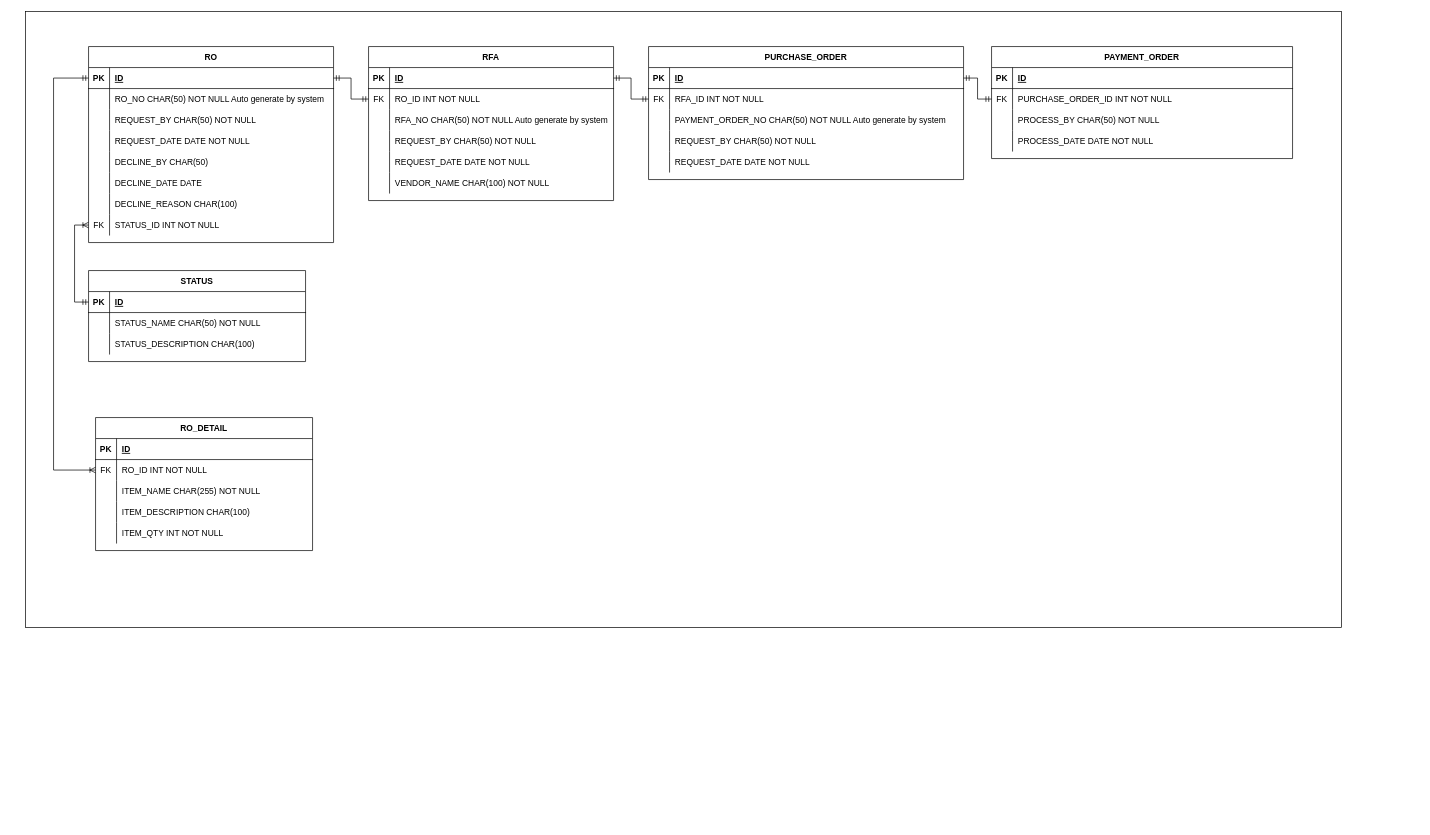
Above: Glovis-DB-Design.drawio in johanjah/rfa-db-design (draw.io), before the change. Source tidied: cells renumbered, new cells numbered last; positions are measured from the earlier drawing's top-left corner, leaving out a move shared by most shapes. Both pictures are drawn from the tidied source at 70%, with x=0, y=0 at pixel (25, 11).
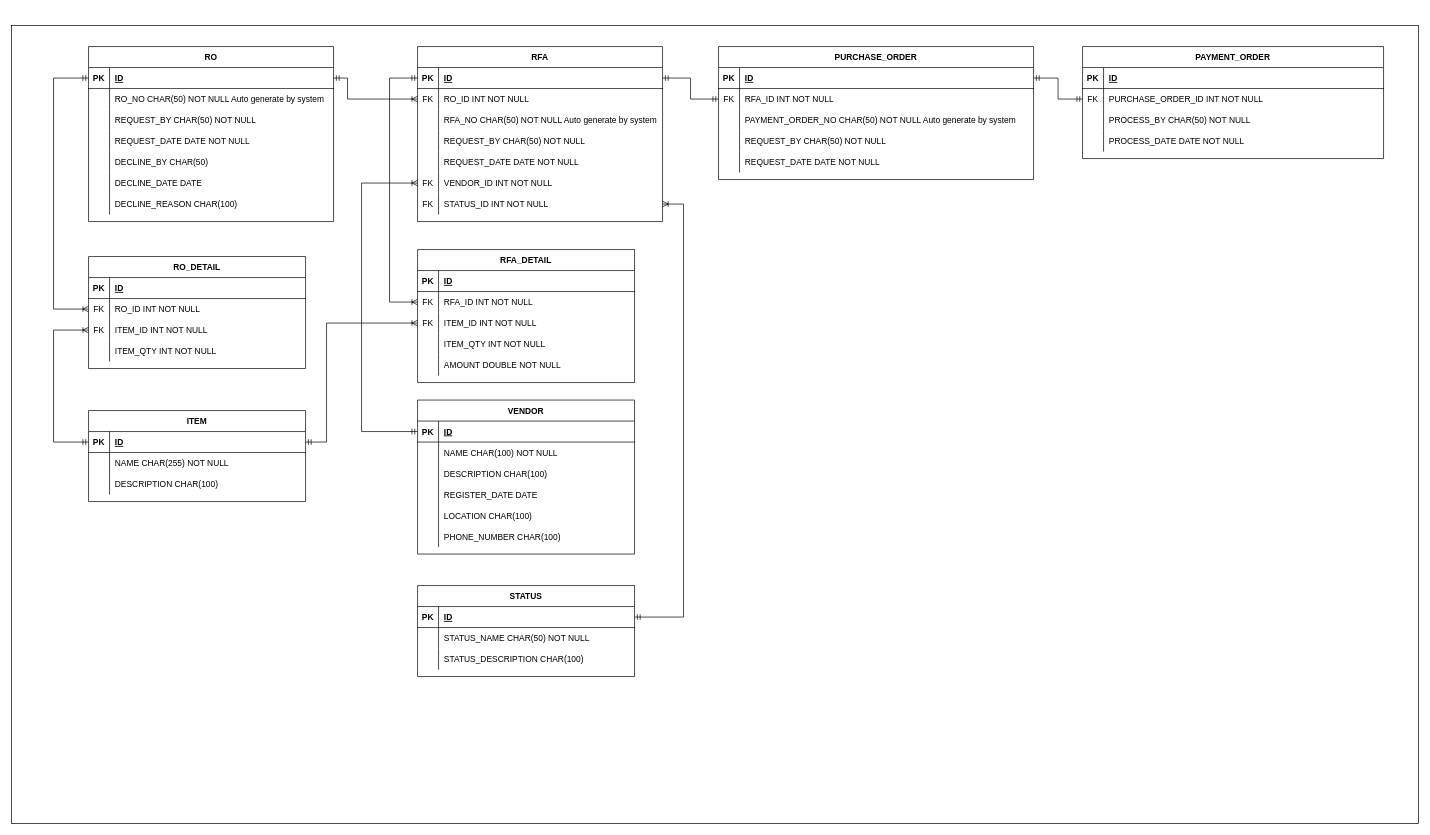
The same page after the edit.

The change refers to these unchanged cells:
```xml
<mxCell id="4" style="shape=tableRow;horizontal=0;startSize=0;swimlaneHead=0;swimlaneBody=0;fillColor=none;points=[[0,0.5],[1,0.5]];portConstraint=eastwest;top=0;left=0;right=0;bottom=1;" parent="3" vertex="1">
  <mxGeometry y="30" width="350" height="30" as="geometry" />
</mxCell>
<mxCell id="78" style="shape=tableRow;horizontal=0;startSize=0;swimlaneHead=0;swimlaneBody=0;fillColor=none;points=[[0,0.5],[1,0.5]];portConstraint=eastwest;top=0;left=0;right=0;bottom=1;" parent="77" vertex="1">
  <mxGeometry y="30" width="350" height="30" as="geometry" />
</mxCell>
<mxCell id="81" style="shape=tableRow;horizontal=0;startSize=0;swimlaneHead=0;swimlaneBody=0;fillColor=none;points=[[0,0.5],[1,0.5]];portConstraint=eastwest;top=0;left=0;right=0;bottom=0;" parent="77" vertex="1">
  <mxGeometry y="60" width="350" height="30" as="geometry" />
</mxCell>
<mxCell id="93" style="shape=tableRow;horizontal=0;startSize=0;swimlaneHead=0;swimlaneBody=0;fillColor=none;points=[[0,0.5],[1,0.5]];portConstraint=eastwest;top=0;left=0;right=0;bottom=0;" parent="77" vertex="1">
  <mxGeometry y="180" width="350" height="30" as="geometry" />
</mxCell>
<mxCell id="97" style="shape=tableRow;horizontal=0;startSize=0;swimlaneHead=0;swimlaneBody=0;fillColor=none;points=[[0,0.5],[1,0.5]];portConstraint=eastwest;top=0;left=0;right=0;bottom=1;" parent="96" vertex="1">
  <mxGeometry y="30" width="310" height="30" as="geometry" />
</mxCell>
```

Diff of the diagram source:
```diff
@@
     <mxCell id="2" style="rounded=0;whiteSpace=wrap;html=1;" parent="1" vertex="1">
-      <mxGeometry width="1880" height="880" as="geometry" />
+      <mxGeometry x="-20" y="20" width="2010" height="1140" as="geometry" />
     </mxCell>
     <mxCell id="3" value="RO" style="shape=table;startSize=30;childLayout=tableLayout;rowLines=0;fontStyle=1;align=center;" parent="1" vertex="1">
-      <mxGeometry x="90" y="50" width="350" height="280" as="geometry" />
+      <mxGeometry x="90" y="50" width="350" height="250" as="geometry" />
     </mxCell>
@@
-    <mxCell id="25" style="shape=tableRow;horizontal=0;startSize=0;swimlaneHead=0;swimlaneBody=0;fillColor=none;points=[[0,0.5],[1,0.5]];portConstraint=eastwest;top=0;left=0;right=0;bottom=0;" parent="3" vertex="1">
-      <mxGeometry y="240" width="350" height="30" as="geometry" />
-    </mxCell>
-    <mxCell id="26" value="FK" style="shape=partialRectangle;fillColor=none;top=0;left=0;bottom=0;right=0;overflow=hidden;" parent="25" vertex="1">
-      <mxGeometry width="30" height="30" as="geometry" />
-    </mxCell>
-    <mxCell id="27" value="STATUS_ID INT NOT NULL" style="shape=partialRectangle;fillColor=none;top=0;left=0;bottom=0;right=0;align=left;spacingLeft=6;overflow=hidden;" parent="25" vertex="1">
-      <mxGeometry x="30" width="320" height="30" as="geometry" />
-    </mxCell>
     <mxCell id="28" value="RO_DETAIL" style="shape=table;startSize=30;childLayout=tableLayout;rowLines=0;fontStyle=1;align=center;" parent="1" vertex="1">
-      <mxGeometry x="100" y="580" width="310" height="190" as="geometry" />
+      <mxGeometry x="90" y="350" width="310" height="160" as="geometry" />
     </mxCell>
@@
-    <mxCell id="35" style="shape=tableRow;horizontal=0;startSize=0;swimlaneHead=0;swimlaneBody=0;fillColor=none;top=0;left=0;right=0;bottom=0;" parent="28" vertex="1">
-      <mxGeometry y="90" width="310" height="30" as="geometry" />
-    </mxCell>
-    <mxCell id="36" style="shape=partialRectangle;fillColor=none;top=0;left=0;bottom=0;right=0;overflow=hidden;" parent="35" vertex="1">
-      <mxGeometry width="30" height="30" as="geometry" />
-    </mxCell>
-    <mxCell id="37" value="ITEM_NAME CHAR(255) NOT NULL" style="shape=partialRectangle;fillColor=none;top=0;left=0;bottom=0;right=0;align=left;spacingLeft=6;overflow=hidden;" parent="35" vertex="1">
-      <mxGeometry x="30" width="280" height="30" as="geometry" />
-    </mxCell>
     <mxCell id="38" style="shape=tableRow;horizontal=0;startSize=0;swimlaneHead=0;swimlaneBody=0;fillColor=none;points=[[0,0.5],[1,0.5]];portConstraint=eastwest;top=0;left=0;right=0;bottom=0;" parent="28" vertex="1">
-      <mxGeometry y="120" width="310" height="30" as="geometry" />
+      <mxGeometry y="90" width="310" height="30" as="geometry" />
     </mxCell>
-    <mxCell id="39" style="shape=partialRectangle;fillColor=none;top=0;left=0;bottom=0;right=0;overflow=hidden;" parent="38" vertex="1">
+    <mxCell id="39" value="FK" style="shape=partialRectangle;fillColor=none;top=0;left=0;bottom=0;right=0;overflow=hidden;" parent="38" vertex="1">
       <mxGeometry width="30" height="30" as="geometry" />
     </mxCell>
-    <mxCell id="40" value="ITEM_DESCRIPTION CHAR(100)" style="shape=partialRectangle;fillColor=none;top=0;left=0;bottom=0;right=0;align=left;spacingLeft=6;overflow=hidden;" parent="38" vertex="1">
+    <mxCell id="40" value="ITEM_ID INT NOT NULL" style="shape=partialRectangle;fillColor=none;top=0;left=0;bottom=0;right=0;align=left;spacingLeft=6;overflow=hidden;" parent="38" vertex="1">
       <mxGeometry x="30" width="280" height="30" as="geometry" />
     </mxCell>
     <mxCell id="41" style="shape=tableRow;horizontal=0;startSize=0;swimlaneHead=0;swimlaneBody=0;fillColor=none;top=0;left=0;right=0;bottom=0;" parent="28" vertex="1">
-      <mxGeometry y="150" width="310" height="30" as="geometry" />
+      <mxGeometry y="120" width="310" height="30" as="geometry" />
     </mxCell>
@@
-    <mxCell id="45" style="edgeStyle=elbowEdgeStyle;fontSize=12;html=1;endArrow=ERmandOne;startArrow=ERmandOne;rounded=0;" parent="1" edge="1" source="4" target="81">
-      <mxGeometry relative="1" as="geometry" />
-    </mxCell>
     <mxCell id="46" value="PURCHASE_ORDER" style="shape=table;startSize=30;childLayout=tableLayout;rowLines=0;fontStyle=1;align=center;" parent="1" vertex="1">
-      <mxGeometry x="890" y="50" width="450" height="190" as="geometry" />
+      <mxGeometry x="990" y="50" width="450" height="190" as="geometry" />
     </mxCell>
@@
     <mxCell id="63" value="PAYMENT_ORDER" style="shape=table;startSize=30;childLayout=tableLayout;rowLines=0;fontStyle=1;align=center;" parent="1" vertex="1">
-      <mxGeometry x="1380" y="50" width="430" height="160" as="geometry" />
+      <mxGeometry x="1510" y="50" width="430" height="160" as="geometry" />
     </mxCell>
@@
     <mxCell id="77" value="RFA" style="shape=table;startSize=30;childLayout=tableLayout;rowLines=0;fontStyle=1;align=center;" parent="1" vertex="1">
-      <mxGeometry x="490" y="50" width="350" height="220" as="geometry" />
+      <mxGeometry x="560" y="50" width="350" height="250" as="geometry" />
     </mxCell>
@@
-    <mxCell id="94" style="shape=partialRectangle;fillColor=none;top=0;left=0;bottom=0;right=0;overflow=hidden;" parent="93" vertex="1">
+    <mxCell id="94" value="FK" style="shape=partialRectangle;fillColor=none;top=0;left=0;bottom=0;right=0;overflow=hidden;" parent="93" vertex="1">
       <mxGeometry width="30" height="30" as="geometry" />
     </mxCell>
-    <mxCell id="95" value="VENDOR_NAME CHAR(100) NOT NULL" style="shape=partialRectangle;fillColor=none;top=0;left=0;bottom=0;right=0;align=left;spacingLeft=6;overflow=hidden;" parent="93" vertex="1">
+    <mxCell id="95" value="VENDOR_ID INT NOT NULL" style="shape=partialRectangle;fillColor=none;top=0;left=0;bottom=0;right=0;align=left;spacingLeft=6;overflow=hidden;" parent="93" vertex="1">
       <mxGeometry x="30" width="320" height="30" as="geometry" />
     </mxCell>
+    <mxCell id="107" style="shape=tableRow;horizontal=0;startSize=0;swimlaneHead=0;swimlaneBody=0;fillColor=none;points=[[0,0.5],[1,0.5]];portConstraint=eastwest;top=0;left=0;right=0;bottom=0;" parent="77" vertex="1">
+      <mxGeometry y="210" width="350" height="30" as="geometry" />
+    </mxCell>
+    <mxCell id="108" value="FK" style="shape=partialRectangle;fillColor=none;top=0;left=0;bottom=0;right=0;overflow=hidden;" parent="107" vertex="1">
+      <mxGeometry width="30" height="30" as="geometry" />
+    </mxCell>
+    <mxCell id="27" value="STATUS_ID INT NOT NULL" style="shape=partialRectangle;fillColor=none;top=0;left=0;bottom=0;right=0;align=left;spacingLeft=6;overflow=hidden;" parent="107" vertex="1">
+      <mxGeometry x="30" width="320" height="30" as="geometry" />
+    </mxCell>
     <mxCell id="96" value="STATUS" style="shape=table;startSize=30;childLayout=tableLayout;rowLines=0;fontStyle=1;align=center;" parent="1" vertex="1">
-      <mxGeometry x="90" y="370" width="310" height="130" as="geometry" />
+      <mxGeometry x="560" y="820" width="310" height="130" as="geometry" />
     </mxCell>
@@
-    <mxCell id="106" style="edgeStyle=elbowEdgeStyle;fontSize=12;html=1;endArrow=ERoneToMany;startArrow=ERmandOne;rounded=0;" parent="1" edge="1" source="97" target="25">
+    <mxCell id="106" style="edgeStyle=elbowEdgeStyle;fontSize=12;html=1;endArrow=ERoneToMany;startArrow=ERmandOne;rounded=0;" parent="1" edge="1" source="97" target="107">
       <mxGeometry relative="1" as="geometry">
         <Array as="points">
-          <mxPoint x="70" y="360" />
-          <mxPoint x="50" y="270" />
+          <mxPoint x="940" y="560" />
+          <mxPoint x="120" y="270" />
         </Array>
       </mxGeometry>
     </mxCell>
+    <mxCell id="45" style="edgeStyle=elbowEdgeStyle;fontSize=12;html=1;endArrow=ERoneToMany;startArrow=ERmandOne;rounded=0;" parent="1" edge="1" source="4" target="81">
+      <mxGeometry relative="1" as="geometry">
+        <Array as="points">
+          <mxPoint x="460" y="125" />
+          <mxPoint x="520" y="305" />
+        </Array>
+      </mxGeometry>
+    </mxCell>
+    <mxCell id="109" value="RFA_DETAIL" style="shape=table;startSize=30;childLayout=tableLayout;rowLines=0;fontStyle=1;align=center;" parent="1" vertex="1">
+      <mxGeometry x="560" y="340" width="310" height="190" as="geometry" />
+    </mxCell>
+    <mxCell id="110" style="shape=tableRow;horizontal=0;startSize=0;swimlaneHead=0;swimlaneBody=0;fillColor=none;top=0;left=0;right=0;bottom=1;" parent="109" vertex="1">
+      <mxGeometry y="30" width="310" height="30" as="geometry" />
+    </mxCell>
+    <mxCell id="111" value="PK" style="shape=partialRectangle;fillColor=none;top=0;left=0;bottom=0;right=0;fontStyle=1;overflow=hidden;" parent="110" vertex="1">
+      <mxGeometry width="30" height="30" as="geometry" />
+    </mxCell>
+    <mxCell id="112" value="ID" style="shape=partialRectangle;fillColor=none;top=0;left=0;bottom=0;right=0;align=left;spacingLeft=6;fontStyle=5;overflow=hidden;" parent="110" vertex="1">
+      <mxGeometry x="30" width="280" height="30" as="geometry" />
+    </mxCell>
+    <mxCell id="113" style="shape=tableRow;horizontal=0;startSize=0;swimlaneHead=0;swimlaneBody=0;fillColor=none;points=[[0,0.5],[1,0.5]];portConstraint=eastwest;top=0;left=0;right=0;bottom=0;" parent="109" vertex="1">
+      <mxGeometry y="60" width="310" height="30" as="geometry" />
+    </mxCell>
+    <mxCell id="114" value="FK" style="shape=partialRectangle;fillColor=none;top=0;left=0;bottom=0;right=0;overflow=hidden;" parent="113" vertex="1">
+      <mxGeometry width="30" height="30" as="geometry" />
+    </mxCell>
+    <mxCell id="115" value="RFA_ID INT NOT NULL" style="shape=partialRectangle;fillColor=none;top=0;left=0;bottom=0;right=0;align=left;spacingLeft=6;overflow=hidden;" parent="113" vertex="1">
+      <mxGeometry x="30" width="280" height="30" as="geometry" />
+    </mxCell>
+    <mxCell id="116" style="shape=tableRow;horizontal=0;startSize=0;swimlaneHead=0;swimlaneBody=0;fillColor=none;points=[[0,0.5],[1,0.5]];portConstraint=eastwest;top=0;left=0;right=0;bottom=0;" parent="109" vertex="1">
+      <mxGeometry y="90" width="310" height="30" as="geometry" />
+    </mxCell>
+    <mxCell id="117" value="FK" style="shape=partialRectangle;fillColor=none;top=0;left=0;bottom=0;right=0;overflow=hidden;" parent="116" vertex="1">
+      <mxGeometry width="30" height="30" as="geometry" />
+    </mxCell>
+    <mxCell id="118" value="ITEM_ID INT NOT NULL" style="shape=partialRectangle;fillColor=none;top=0;left=0;bottom=0;right=0;align=left;spacingLeft=6;overflow=hidden;" parent="116" vertex="1">
+      <mxGeometry x="30" width="280" height="30" as="geometry" />
+    </mxCell>
+    <mxCell id="119" style="shape=tableRow;horizontal=0;startSize=0;swimlaneHead=0;swimlaneBody=0;fillColor=none;top=0;left=0;right=0;bottom=0;" parent="109" vertex="1">
+      <mxGeometry y="120" width="310" height="30" as="geometry" />
+    </mxCell>
+    <mxCell id="120" style="shape=partialRectangle;fillColor=none;top=0;left=0;bottom=0;right=0;overflow=hidden;" parent="119" vertex="1">
+      <mxGeometry width="30" height="30" as="geometry" />
+    </mxCell>
+    <mxCell id="121" value="ITEM_QTY INT NOT NULL" style="shape=partialRectangle;fillColor=none;top=0;left=0;bottom=0;right=0;align=left;spacingLeft=6;overflow=hidden;" parent="119" vertex="1">
+      <mxGeometry x="30" width="280" height="30" as="geometry" />
+    </mxCell>
+    <mxCell id="122" style="shape=tableRow;horizontal=0;startSize=0;swimlaneHead=0;swimlaneBody=0;fillColor=none;top=0;left=0;right=0;bottom=0;" parent="109" vertex="1">
+      <mxGeometry y="150" width="310" height="30" as="geometry" />
+    </mxCell>
+    <mxCell id="123" style="shape=partialRectangle;fillColor=none;top=0;left=0;bottom=0;right=0;overflow=hidden;" parent="122" vertex="1">
+      <mxGeometry width="30" height="30" as="geometry" />
+    </mxCell>
+    <mxCell id="124" value="AMOUNT DOUBLE NOT NULL" style="shape=partialRectangle;fillColor=none;top=0;left=0;bottom=0;right=0;align=left;spacingLeft=6;overflow=hidden;" parent="122" vertex="1">
+      <mxGeometry x="30" width="280" height="30" as="geometry" />
+    </mxCell>
+    <mxCell id="125" value="ITEM" style="shape=table;startSize=30;childLayout=tableLayout;rowLines=0;fontStyle=1;align=center;" parent="1" vertex="1">
+      <mxGeometry x="90" y="570" width="310" height="130" as="geometry" />
+    </mxCell>
+    <mxCell id="126" style="shape=tableRow;horizontal=0;startSize=0;swimlaneHead=0;swimlaneBody=0;fillColor=none;points=[[0,0.5],[1,0.5]];portConstraint=eastwest;top=0;left=0;right=0;bottom=1;" parent="125" vertex="1">
+      <mxGeometry y="30" width="310" height="30" as="geometry" />
+    </mxCell>
+    <mxCell id="127" value="PK" style="shape=partialRectangle;fillColor=none;top=0;left=0;bottom=0;right=0;fontStyle=1;overflow=hidden;" parent="126" vertex="1">
+      <mxGeometry width="30" height="30" as="geometry" />
+    </mxCell>
+    <mxCell id="128" value="ID" style="shape=partialRectangle;fillColor=none;top=0;left=0;bottom=0;right=0;align=left;spacingLeft=6;fontStyle=5;overflow=hidden;" parent="126" vertex="1">
+      <mxGeometry x="30" width="280" height="30" as="geometry" />
+    </mxCell>
+    <mxCell id="129" style="shape=tableRow;horizontal=0;startSize=0;swimlaneHead=0;swimlaneBody=0;fillColor=none;top=0;left=0;right=0;bottom=0;" parent="125" vertex="1">
+      <mxGeometry y="60" width="310" height="30" as="geometry" />
+    </mxCell>
+    <mxCell id="130" style="shape=partialRectangle;fillColor=none;top=0;left=0;bottom=0;right=0;overflow=hidden;" parent="129" vertex="1">
+      <mxGeometry width="30" height="30" as="geometry" />
+    </mxCell>
+    <mxCell id="131" value="NAME CHAR(255) NOT NULL" style="shape=partialRectangle;fillColor=none;top=0;left=0;bottom=0;right=0;align=left;spacingLeft=6;overflow=hidden;" parent="129" vertex="1">
+      <mxGeometry x="30" width="280" height="30" as="geometry" />
+    </mxCell>
+    <mxCell id="132" style="shape=tableRow;horizontal=0;startSize=0;swimlaneHead=0;swimlaneBody=0;fillColor=none;top=0;left=0;right=0;bottom=0;" parent="125" vertex="1">
+      <mxGeometry y="90" width="310" height="30" as="geometry" />
+    </mxCell>
+    <mxCell id="133" style="shape=partialRectangle;fillColor=none;top=0;left=0;bottom=0;right=0;overflow=hidden;" parent="132" vertex="1">
+      <mxGeometry width="30" height="30" as="geometry" />
+    </mxCell>
+    <mxCell id="134" value="DESCRIPTION CHAR(100)" style="shape=partialRectangle;fillColor=none;top=0;left=0;bottom=0;right=0;align=left;spacingLeft=6;overflow=hidden;" parent="132" vertex="1">
+      <mxGeometry x="30" width="280" height="30" as="geometry" />
+    </mxCell>
+    <mxCell id="135" value="VENDOR" style="shape=table;startSize=30;childLayout=tableLayout;rowLines=0;fontStyle=1;align=center;" parent="1" vertex="1">
+      <mxGeometry x="560" y="555" width="310" height="220" as="geometry" />
+    </mxCell>
+    <mxCell id="136" style="shape=tableRow;horizontal=0;startSize=0;swimlaneHead=0;swimlaneBody=0;fillColor=none;points=[[0,0.5],[1,0.5]];portConstraint=eastwest;top=0;left=0;right=0;bottom=1;" parent="135" vertex="1">
+      <mxGeometry y="30" width="310" height="30" as="geometry" />
+    </mxCell>
+    <mxCell id="137" value="PK" style="shape=partialRectangle;fillColor=none;top=0;left=0;bottom=0;right=0;fontStyle=1;overflow=hidden;" parent="136" vertex="1">
+      <mxGeometry width="30" height="30" as="geometry" />
+    </mxCell>
+    <mxCell id="138" value="ID" style="shape=partialRectangle;fillColor=none;top=0;left=0;bottom=0;right=0;align=left;spacingLeft=6;fontStyle=5;overflow=hidden;" parent="136" vertex="1">
+      <mxGeometry x="30" width="280" height="30" as="geometry" />
+    </mxCell>
+    <mxCell id="139" style="shape=tableRow;horizontal=0;startSize=0;swimlaneHead=0;swimlaneBody=0;fillColor=none;top=0;left=0;right=0;bottom=0;" parent="135" vertex="1">
+      <mxGeometry y="60" width="310" height="30" as="geometry" />
+    </mxCell>
+    <mxCell id="140" style="shape=partialRectangle;fillColor=none;top=0;left=0;bottom=0;right=0;overflow=hidden;" parent="139" vertex="1">
+      <mxGeometry width="30" height="30" as="geometry" />
+    </mxCell>
+    <mxCell id="141" value="NAME CHAR(100) NOT NULL" style="shape=partialRectangle;fillColor=none;top=0;left=0;bottom=0;right=0;align=left;spacingLeft=6;overflow=hidden;" parent="139" vertex="1">
+      <mxGeometry x="30" width="280" height="30" as="geometry" />
+    </mxCell>
+    <mxCell id="142" style="shape=tableRow;horizontal=0;startSize=0;swimlaneHead=0;swimlaneBody=0;fillColor=none;top=0;left=0;right=0;bottom=0;" parent="135" vertex="1">
+      <mxGeometry y="90" width="310" height="30" as="geometry" />
+    </mxCell>
+    <mxCell id="143" style="shape=partialRectangle;fillColor=none;top=0;left=0;bottom=0;right=0;overflow=hidden;" parent="142" vertex="1">
+      <mxGeometry width="30" height="30" as="geometry" />
+    </mxCell>
+    <mxCell id="144" value="DESCRIPTION CHAR(100)" style="shape=partialRectangle;fillColor=none;top=0;left=0;bottom=0;right=0;align=left;spacingLeft=6;overflow=hidden;" parent="142" vertex="1">
+      <mxGeometry x="30" width="280" height="30" as="geometry" />
+    </mxCell>
+    <mxCell id="145" style="shape=tableRow;horizontal=0;startSize=0;swimlaneHead=0;swimlaneBody=0;fillColor=none;top=0;left=0;right=0;bottom=0;" parent="135" vertex="1">
+      <mxGeometry y="120" width="310" height="30" as="geometry" />
+    </mxCell>
+    <mxCell id="146" style="shape=partialRectangle;fillColor=none;top=0;left=0;bottom=0;right=0;overflow=hidden;" parent="145" vertex="1">
+      <mxGeometry width="30" height="30" as="geometry" />
+    </mxCell>
+    <mxCell id="147" value="REGISTER_DATE DATE" style="shape=partialRectangle;fillColor=none;top=0;left=0;bottom=0;right=0;align=left;spacingLeft=6;overflow=hidden;" parent="145" vertex="1">
+      <mxGeometry x="30" width="280" height="30" as="geometry" />
+    </mxCell>
+    <mxCell id="148" style="shape=tableRow;horizontal=0;startSize=0;swimlaneHead=0;swimlaneBody=0;fillColor=none;top=0;left=0;right=0;bottom=0;" parent="135" vertex="1">
+      <mxGeometry y="150" width="310" height="30" as="geometry" />
+    </mxCell>
+    <mxCell id="149" style="shape=partialRectangle;fillColor=none;top=0;left=0;bottom=0;right=0;overflow=hidden;" parent="148" vertex="1">
+      <mxGeometry width="30" height="30" as="geometry" />
+    </mxCell>
+    <mxCell id="150" value="LOCATION CHAR(100)" style="shape=partialRectangle;fillColor=none;top=0;left=0;bottom=0;right=0;align=left;spacingLeft=6;overflow=hidden;" parent="148" vertex="1">
+      <mxGeometry x="30" width="280" height="30" as="geometry" />
+    </mxCell>
+    <mxCell id="151" style="shape=tableRow;horizontal=0;startSize=0;swimlaneHead=0;swimlaneBody=0;fillColor=none;top=0;left=0;right=0;bottom=0;" parent="135" vertex="1">
+      <mxGeometry y="180" width="310" height="30" as="geometry" />
+    </mxCell>
+    <mxCell id="152" style="shape=partialRectangle;fillColor=none;top=0;left=0;bottom=0;right=0;overflow=hidden;" parent="151" vertex="1">
+      <mxGeometry width="30" height="30" as="geometry" />
+    </mxCell>
+    <mxCell id="153" value="PHONE_NUMBER CHAR(100)" style="shape=partialRectangle;fillColor=none;top=0;left=0;bottom=0;right=0;align=left;spacingLeft=6;overflow=hidden;" parent="151" vertex="1">
+      <mxGeometry x="30" width="280" height="30" as="geometry" />
+    </mxCell>
+    <mxCell id="154" style="edgeStyle=elbowEdgeStyle;fontSize=12;html=1;endArrow=ERoneToMany;startArrow=ERmandOne;rounded=0;" parent="1" edge="1" source="78" target="113">
+      <mxGeometry relative="1" as="geometry">
+        <Array as="points">
+          <mxPoint x="520" y="270" />
+          <mxPoint x="600" y="315" />
+        </Array>
+      </mxGeometry>
+    </mxCell>
+    <mxCell id="155" style="edgeStyle=elbowEdgeStyle;fontSize=12;html=1;endArrow=ERoneToMany;startArrow=ERmandOne;rounded=0;" parent="1" edge="1" source="126" target="116">
+      <mxGeometry relative="1" as="geometry">
+        <Array as="points">
+          <mxPoint x="430" y="550" />
+          <mxPoint x="540" y="325" />
+        </Array>
+      </mxGeometry>
+    </mxCell>
+    <mxCell id="156" style="edgeStyle=elbowEdgeStyle;fontSize=12;html=1;endArrow=ERoneToMany;startArrow=ERmandOne;rounded=0;" parent="1" edge="1" source="136" target="93">
+      <mxGeometry relative="1" as="geometry">
+        <Array as="points">
+          <mxPoint x="480" y="440" />
+          <mxPoint x="550" y="500" />
+        </Array>
+      </mxGeometry>
+    </mxCell>
+    <mxCell id="157" style="edgeStyle=elbowEdgeStyle;fontSize=12;html=1;endArrow=ERoneToMany;startArrow=ERmandOne;rounded=0;" parent="1" edge="1" source="126" target="38">
+      <mxGeometry relative="1" as="geometry">
+        <Array as="points">
+          <mxPoint x="40" y="755" />
+        </Array>
+      </mxGeometry>
+    </mxCell>
```
